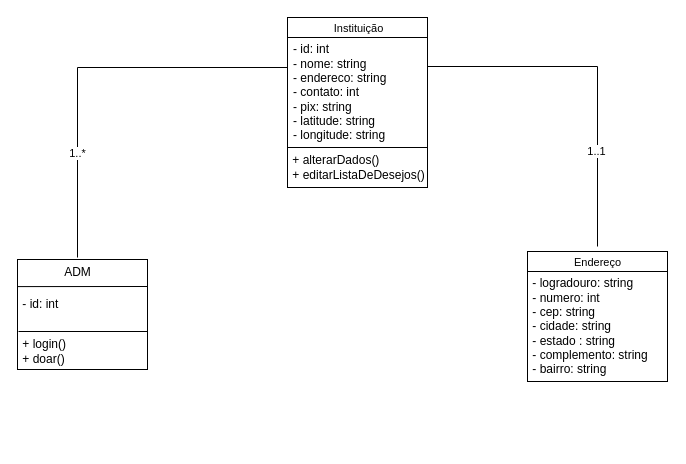
Above: diagrama_classes_bem_feito.drawio in Jonathasin/Podre (draw.io), before the change. Source tidied: cells renumbered, new cells numbered last; positions are measured from the earlier drawing's top-left corner, leaving out a move shared by most shapes. Both pictures are drawn from the tidied source at 100%, with x=0, y=0 at pixel (17, 17).
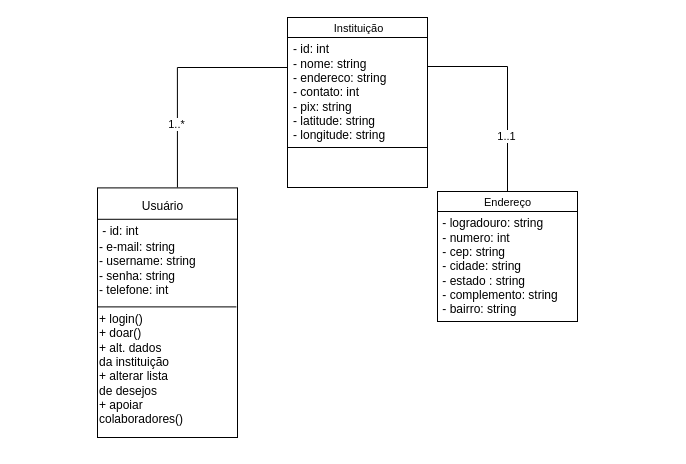
The same page after the edit.

The change refers to these unchanged cells:
```xml
<mxCell id="10" style="rounded=0;whiteSpace=wrap;html=1;" parent="9" vertex="1">
  <mxGeometry y="4" width="140" height="130" as="geometry" />
</mxCell>
<mxCell id="15" style="rounded=0;whiteSpace=wrap;html=1;" parent="14" vertex="1">
  <mxGeometry width="140" height="170" as="geometry" />
</mxCell>
```

Diff of the diagram source:
```diff
@@
+    <mxCell id="25" style="group;" parent="1" vertex="1">
+      <mxGeometry x="80" width="480" height="420" as="geometry" />
+    </mxCell>
-    <mxCell id="2" style="group;" parent="1" vertex="1">
-      <mxGeometry y="240" width="130" height="114" as="geometry" />
+    <mxCell id="2" style="group;" parent="25" vertex="1">
+      <mxGeometry y="160" width="140" height="260" as="geometry" />
     </mxCell>
     <mxCell id="3" style="rounded=0;whiteSpace=wrap;html=1;" parent="2" vertex="1">
-      <mxGeometry y="2" width="130" height="110" as="geometry" />
+      <mxGeometry y="10.4" width="140" height="249.6" as="geometry" />
     </mxCell>
+    <mxCell id="5" value="Usuário" style="text;html=1;align=center;verticalAlign=middle;points=[];strokeColor=none;fillColor=none;" parent="2" vertex="1">
+      <mxGeometry x="32.3" y="13.6" width="64.6" height="31.3" as="geometry" />
+    </mxCell>
+    <mxCell id="7" style="edgeStyle=none;orthogonalLoop=1;jettySize=auto;html=1;rounded=0;endArrow=none;startFill=0;entryX=1;entryY=0.815;entryDx=0;entryDy=0;entryPerimeter=0;" parent="2" edge="1">
+      <mxGeometry relative="1" as="geometry">
+        <mxPoint y="41.8" as="sourcePoint" />
+        <mxPoint x="140" y="41.7" as="targetPoint" />
+      </mxGeometry>
+    </mxCell>
+    <mxCell id="26" style="group;" parent="2" vertex="1">
+      <mxGeometry y="22.2" width="129.2" height="107.2" as="geometry" />
+    </mxCell>
+    <mxCell id="27" value="&lt;div align=&quot;left&quot;&gt;- e-mail: string&lt;/div&gt;&lt;div align=&quot;left&quot;&gt;- username: string&lt;/div&gt;&lt;div align=&quot;left&quot;&gt;- senha: string&lt;/div&gt;&lt;div align=&quot;left&quot;&gt;- telefone: int&lt;/div&gt;" style="text;html=1;align=left;verticalAlign=middle;strokeColor=none;fillColor=none;" parent="26" vertex="1">
+      <mxGeometry y="34.2" width="120" height="70" as="geometry" />
+    </mxCell>
+    <mxCell id="6" value="&amp;nbsp;- id: int&lt;div&gt;&lt;br&gt;&lt;/div&gt;" style="text;html=1;align=left;verticalAlign=middle;strokeColor=none;fillColor=none;" parent="26" vertex="1">
+      <mxGeometry width="64.6" height="76.9" as="geometry" />
+    </mxCell>
-    <mxCell id="4" style="edgeStyle=none;orthogonalLoop=1;jettySize=auto;html=1;rounded=0;endArrow=none;startFill=0;entryX=0.992;entryY=0.154;entryDx=0;entryDy=0;entryPerimeter=0;" parent="2" edge="1">
+    <mxCell id="4" style="edgeStyle=none;orthogonalLoop=1;jettySize=auto;html=1;rounded=0;endArrow=none;startFill=0;entryX=0.992;entryY=0.154;entryDx=0;entryDy=0;entryPerimeter=0;" parent="26" edge="1">
       <mxGeometry relative="1" as="geometry">
-        <mxPoint x="1" y="74" as="sourcePoint" />
-        <mxPoint x="130" y="74" as="targetPoint" />
+        <mxPoint y="107.2" as="sourcePoint" />
+        <mxPoint x="138.9" y="107.2" as="targetPoint" />
       </mxGeometry>
     </mxCell>
-    <mxCell id="5" value="&lt;div&gt;ADM&lt;/div&gt;" style="text;html=1;align=center;verticalAlign=middle;points=[];strokeColor=none;fillColor=none;" parent="2" vertex="1">
-      <mxGeometry x="35" width="50" height="30" as="geometry" />
-    </mxCell>
-    <mxCell id="6" value="&amp;nbsp;- id: int&lt;div&gt;&lt;br&gt;&lt;/div&gt;" style="text;html=1;align=left;verticalAlign=middle;strokeColor=none;fillColor=none;" parent="2" vertex="1">
-      <mxGeometry y="34" width="60" height="40" as="geometry" />
-    </mxCell>
-    <mxCell id="7" style="edgeStyle=none;orthogonalLoop=1;jettySize=auto;html=1;rounded=0;endArrow=none;startFill=0;entryX=1;entryY=0.815;entryDx=0;entryDy=0;entryPerimeter=0;" parent="2" edge="1">
-      <mxGeometry relative="1" as="geometry">
-        <mxPoint y="29.1" as="sourcePoint" />
-        <mxPoint x="130" y="29" as="targetPoint" />
-      </mxGeometry>
-    </mxCell>
-    <mxCell id="8" value="&amp;nbsp;+ login()&amp;nbsp;&lt;div&gt;&amp;nbsp;+ doar()&lt;/div&gt;" style="text;html=1;align=left;verticalAlign=middle;strokeColor=none;fillColor=none;" parent="2" vertex="1">
-      <mxGeometry y="74" width="70" height="40" as="geometry" />
+    <mxCell id="8" value="&lt;div align=&quot;left&quot;&gt;+ login()&amp;nbsp;&lt;/div&gt;&lt;div align=&quot;left&quot;&gt;+ doar()&lt;/div&gt;&lt;div align=&quot;left&quot;&gt;+ alt. dados&lt;/div&gt;&lt;div align=&quot;left&quot;&gt;da instituição&lt;/div&gt;&lt;div align=&quot;left&quot;&gt;+ alterar lista&lt;/div&gt;&lt;div align=&quot;left&quot;&gt;de desejos&lt;/div&gt;&lt;div align=&quot;left&quot;&gt;+ apoiar&amp;nbsp;&lt;/div&gt;&lt;div align=&quot;left&quot;&gt;colaboradores()&lt;/div&gt;&lt;div align=&quot;left&quot;&gt;&lt;br&gt;&lt;/div&gt;" style="text;html=1;align=left;verticalAlign=middle;strokeColor=none;fillColor=none;" parent="2" vertex="1">
+      <mxGeometry y="129.4" width="118.5" height="140" as="geometry" />
     </mxCell>
-    <mxCell id="9" style="group;" parent="1" vertex="1">
-      <mxGeometry x="510" y="230" width="140" height="134" as="geometry" />
+    <mxCell id="9" style="group;" parent="25" vertex="1">
+      <mxGeometry x="340" y="170" width="140" height="134" as="geometry" />
     </mxCell>
@@
-    <mxCell id="14" style="group;" parent="1" vertex="1">
-      <mxGeometry x="270" width="160" height="170" as="geometry" />
+    <mxCell id="14" style="group;" parent="25" vertex="1">
+      <mxGeometry x="190" width="160" height="170" as="geometry" />
     </mxCell>
@@
-    <mxCell id="20" value="&amp;nbsp;+ alterarDados()&lt;div&gt;&amp;nbsp;+ editarListaDeDesejos()&lt;/div&gt;" style="text;html=1;align=left;verticalAlign=middle;strokeColor=none;fillColor=none;" parent="14" vertex="1">
-      <mxGeometry y="130" width="160" height="40" as="geometry" />
-    </mxCell>
-    <mxCell id="21" style="edgeStyle=orthogonalEdgeStyle;rounded=0;jettySize=auto;html=1;entryX=0;entryY=0.412;entryDx=0;entryDy=0;entryPerimeter=0;endArrow=none;startFill=0;" parent="1" edge="1" source="5" target="15">
+    <mxCell id="21" style="edgeStyle=orthogonalEdgeStyle;rounded=0;jettySize=auto;html=1;entryX=0;entryY=0.412;entryDx=0;entryDy=0;entryPerimeter=0;endArrow=none;startFill=0;exitX=0.571;exitY=-0.002;exitDx=0;exitDy=0;exitPerimeter=0;" parent="25" edge="1" source="3" target="15">
       <mxGeometry relative="1" as="geometry">
         <Array as="points">
-          <mxPoint x="60" y="50" />
+          <mxPoint x="80" y="50" />
+          <mxPoint x="190" y="50" />
         </Array>
       </mxGeometry>
     </mxCell>
@@
-    <mxCell id="23" style="edgeStyle=orthogonalEdgeStyle;rounded=0;orthogonalLoop=1;jettySize=auto;html=1;endArrow=none;startFill=0;entryX=1;entryY=0.294;entryDx=0;entryDy=0;entryPerimeter=0;" parent="1" edge="1">
+    <mxCell id="23" style="edgeStyle=orthogonalEdgeStyle;rounded=0;jettySize=auto;html=1;endArrow=none;startFill=0;entryX=1;entryY=0.294;entryDx=0;entryDy=0;entryPerimeter=0;exitX=0.5;exitY=0;exitDx=0;exitDy=0;" parent="25" edge="1" source="10">
       <mxGeometry relative="1" as="geometry">
-        <mxPoint x="580" y="229" as="sourcePoint" />
-        <mxPoint x="410" y="49" as="targetPoint" />
+        <mxPoint x="330" y="49" as="targetPoint" />
         <Array as="points">
-          <mxPoint x="580" y="49" />
+          <mxPoint x="410" y="49" />
         </Array>
       </mxGeometry>
     </mxCell>
```
